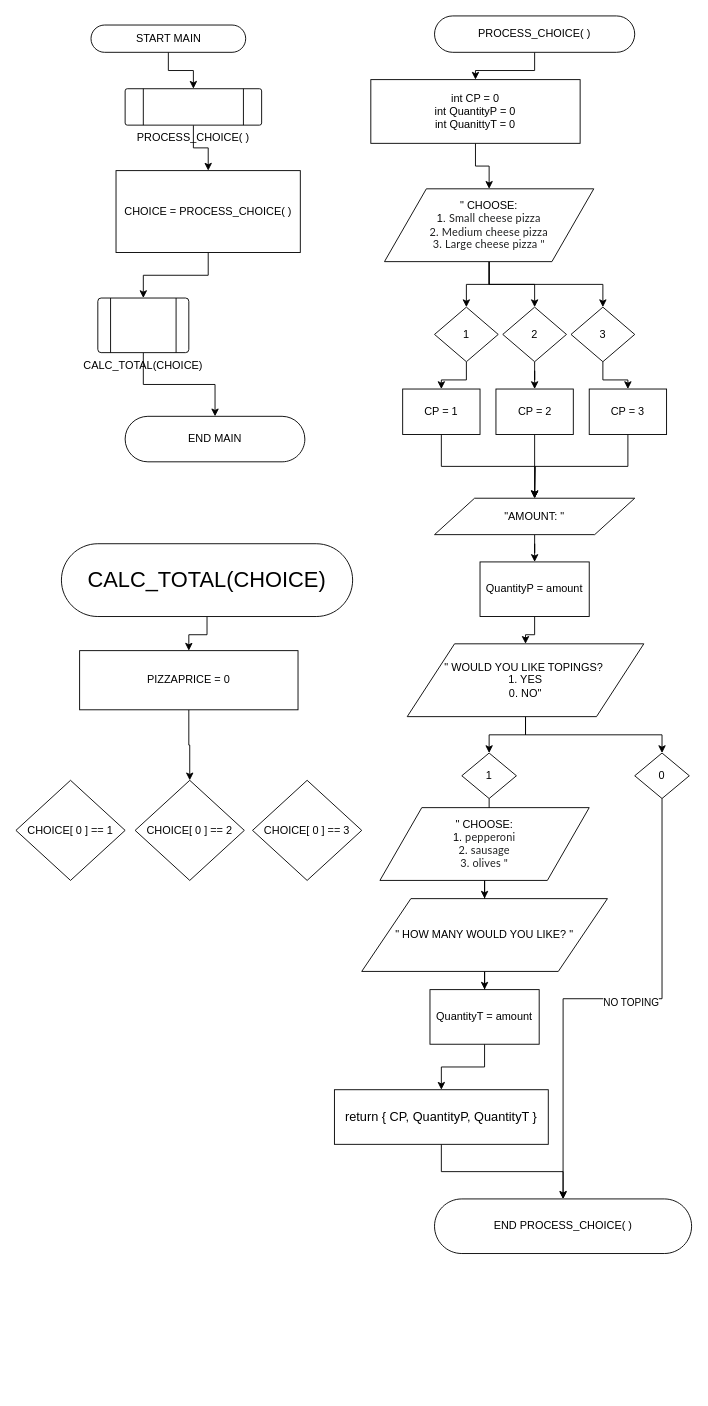
Above: doc/Week 5 Assignment.drawio in RedjaderCode/redjader (draw.io), before the change. Source tidied: cells renumbered, new cells numbered last; positions are measured from the earlier drawing's top-left corner, leaving out a move shared by most shapes. Both pictures are drawn from the tidied source at 91%, with x=0, y=0 at pixel (15, 15).
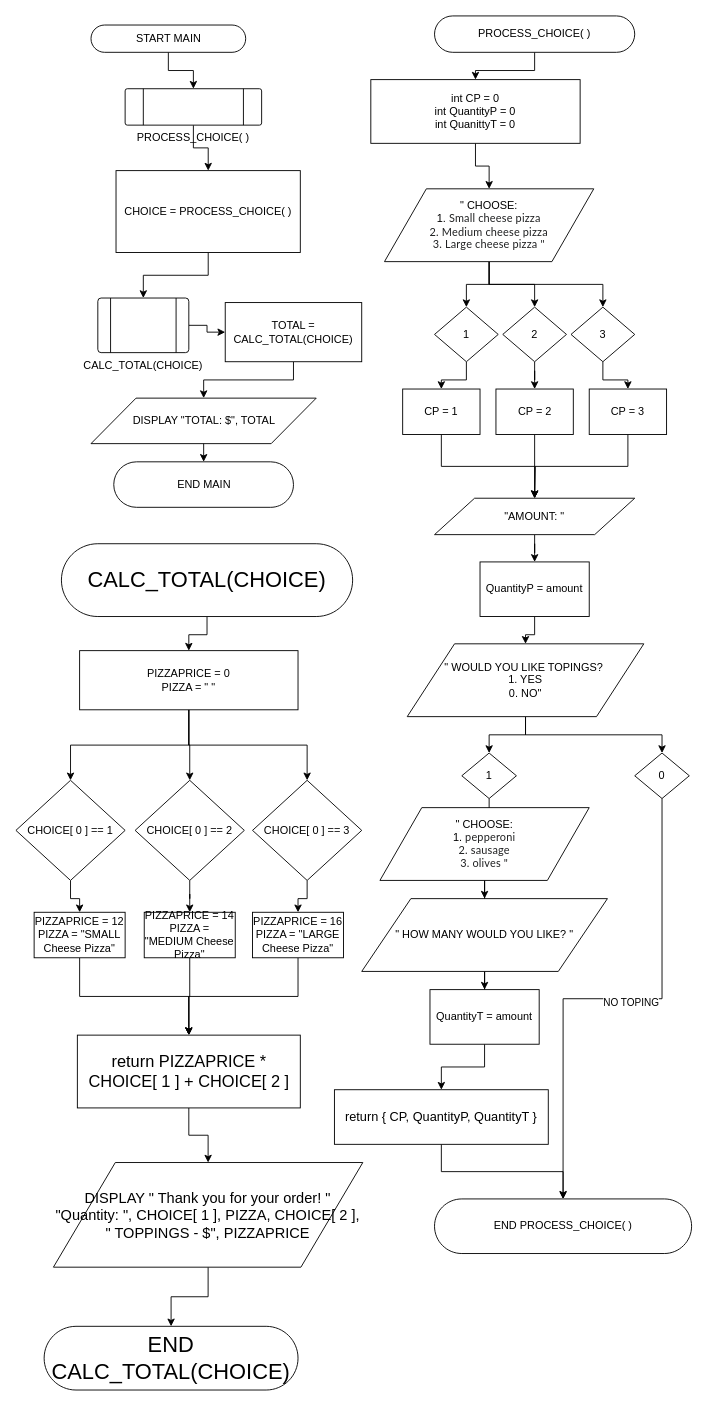
After the change.

The change refers to these unchanged cells:
```xml
<mxCell id="13" value="CALC_TOTAL(CHOICE)" style="verticalLabelPosition=bottom;verticalAlign=top;html=1;shape=process;whiteSpace=wrap;rounded=1;size=0.14;arcSize=6;" parent="1" vertex="1">
  <mxGeometry x="90" y="310" width="100" height="60" as="geometry" />
</mxCell>
<mxCell id="54" value="CHOICE[ 0 ] == 2" style="shape=rhombus;html=1;dashed=0;whiteSpace=wrap;perimeter=rhombusPerimeter;" parent="1" vertex="1">
  <mxGeometry x="131" y="840" width="120" height="110" as="geometry" />
</mxCell>
<mxCell id="57" value="CHOICE[ 0 ] == 1" style="shape=rhombus;html=1;dashed=0;whiteSpace=wrap;perimeter=rhombusPerimeter;" parent="1" vertex="1">
  <mxGeometry y="840" width="120" height="110" as="geometry" />
</mxCell>
<mxCell id="58" value="CHOICE[ 0 ] == 3" style="shape=rhombus;html=1;dashed=0;whiteSpace=wrap;perimeter=rhombusPerimeter;" parent="1" vertex="1">
  <mxGeometry x="260" y="840" width="120" height="110" as="geometry" />
</mxCell>
```

The edit, as a diff of the source:
```diff
@@
-    <mxCell id="12" style="edgeStyle=orthogonalEdgeStyle;rounded=0;jettySize=auto;html=1;" parent="1" edge="1" source="13" target="14">
-      <mxGeometry relative="1" as="geometry" />
-    </mxCell>
+    <mxCell id="59" style="edgeStyle=orthogonalEdgeStyle;rounded=0;jettySize=auto;html=1;" parent="1" edge="1" source="13" target="77">
+      <mxGeometry relative="1" as="geometry" />
+    </mxCell>
@@
     <mxCell id="14" value="END MAIN" style="html=1;dashed=0;whiteSpace=wrap;shape=mxgraph.dfd.start;" parent="1" vertex="1">
-      <mxGeometry x="120" y="440" width="197.5" height="50" as="geometry" />
+      <mxGeometry x="107.5" y="490" width="197.5" height="50" as="geometry" />
     </mxCell>
@@
+    <mxCell id="60" style="edgeStyle=orthogonalEdgeStyle;rounded=0;jettySize=auto;html=1;" parent="1" edge="1" source="54" target="68">
+      <mxGeometry relative="1" as="geometry" />
+    </mxCell>
@@
+    <mxCell id="61" style="edgeStyle=orthogonalEdgeStyle;rounded=0;jettySize=auto;html=1;entryX=0.5;entryY=0;entryDx=0;entryDy=0;" parent="1" edge="1" source="56" target="57">
+      <mxGeometry relative="1" as="geometry" />
+    </mxCell>
+    <mxCell id="62" style="edgeStyle=orthogonalEdgeStyle;rounded=0;jettySize=auto;html=1;" parent="1" edge="1" source="56" target="58">
+      <mxGeometry relative="1" as="geometry" />
+    </mxCell>
-    <mxCell id="56" value="PIZZAPRICE = 0" style="html=1;dashed=0;whiteSpace=wrap;" parent="1" vertex="1">
+    <mxCell id="56" value="PIZZAPRICE = 0&lt;div&gt;PIZZA = &quot; &quot;&lt;/div&gt;" style="html=1;dashed=0;whiteSpace=wrap;" parent="1" vertex="1">
       <mxGeometry x="70" y="697.5" width="240" height="65" as="geometry" />
     </mxCell>
+    <mxCell id="63" style="edgeStyle=orthogonalEdgeStyle;rounded=0;jettySize=auto;html=1;" parent="1" edge="1" source="57" target="66">
+      <mxGeometry relative="1" as="geometry" />
+    </mxCell>
@@
+    <mxCell id="64" style="edgeStyle=orthogonalEdgeStyle;rounded=0;jettySize=auto;html=1;" parent="1" edge="1" source="58" target="70">
+      <mxGeometry relative="1" as="geometry" />
+    </mxCell>
@@
+    <mxCell id="65" style="edgeStyle=orthogonalEdgeStyle;rounded=0;jettySize=auto;html=1;" parent="1" edge="1" source="66" target="72">
+      <mxGeometry relative="1" as="geometry" />
+    </mxCell>
+    <mxCell id="66" value="PIZZAPRICE = 12&lt;div&gt;PIZZA = &quot;SMALL Cheese Pizza&quot;&lt;/div&gt;" style="html=1;dashed=0;whiteSpace=wrap;" parent="1" vertex="1">
+      <mxGeometry x="20" y="985" width="100" height="50" as="geometry" />
+    </mxCell>
+    <mxCell id="67" style="edgeStyle=orthogonalEdgeStyle;rounded=0;jettySize=auto;html=1;" parent="1" edge="1" source="68" target="72">
+      <mxGeometry relative="1" as="geometry" />
+    </mxCell>
+    <mxCell id="68" value="PIZZAPRICE = 14&lt;div&gt;PIZZA = &quot;MEDIUM Cheese Pizza&quot;&lt;br&gt;&lt;/div&gt;" style="html=1;dashed=0;whiteSpace=wrap;" parent="1" vertex="1">
+      <mxGeometry x="141" y="985" width="100" height="50" as="geometry" />
+    </mxCell>
+    <mxCell id="69" style="edgeStyle=orthogonalEdgeStyle;rounded=0;jettySize=auto;html=1;" parent="1" edge="1" source="70" target="72">
+      <mxGeometry relative="1" as="geometry" />
+    </mxCell>
+    <mxCell id="70" value="PIZZAPRICE = 16&lt;div&gt;PIZZA = &quot;LARGE Cheese Pizza&quot;&lt;br&gt;&lt;/div&gt;" style="html=1;dashed=0;whiteSpace=wrap;" parent="1" vertex="1">
+      <mxGeometry x="260" y="985" width="100" height="50" as="geometry" />
+    </mxCell>
+    <mxCell id="71" style="edgeStyle=orthogonalEdgeStyle;rounded=0;jettySize=auto;html=1;" parent="1" edge="1" source="72" target="75">
+      <mxGeometry relative="1" as="geometry" />
+    </mxCell>
+    <mxCell id="72" value="&lt;font style=&quot;font-size: 18px;&quot;&gt;return&amp;nbsp;&lt;/font&gt;&lt;span style=&quot;font-size: 18px; background-color: initial;&quot;&gt;PIZZAPRICE * CHOICE[ 1 ] + CHOICE[ 2 ]&lt;/span&gt;" style="html=1;dashed=0;whiteSpace=wrap;" parent="1" vertex="1">
+      <mxGeometry x="67.5" y="1120" width="245" height="80" as="geometry" />
+    </mxCell>
+    <mxCell id="73" value="&lt;span style=&quot;font-size: 24px;&quot;&gt;END CALC_TOTAL(CHOICE)&lt;/span&gt;" style="html=1;dashed=0;whiteSpace=wrap;shape=mxgraph.dfd.start;" parent="1" vertex="1">
+      <mxGeometry x="31" y="1440" width="279" height="70" as="geometry" />
+    </mxCell>
+    <mxCell id="74" style="edgeStyle=orthogonalEdgeStyle;rounded=0;jettySize=auto;html=1;" parent="1" edge="1" source="75" target="73">
+      <mxGeometry relative="1" as="geometry" />
+    </mxCell>
+    <mxCell id="75" value="&lt;font size=&quot;3&quot;&gt;DISPLAY &quot; Thank you for your order! &quot;&lt;/font&gt;&lt;div&gt;&lt;font size=&quot;3&quot;&gt;&quot;Quantity: &quot;, CHOICE[ 1 ], PIZZA, CHOICE[ 2 ], &quot; TOPPINGS - $&quot;, PIZZAPRICE&lt;/font&gt;&lt;/div&gt;" style="shape=parallelogram;perimeter=parallelogramPerimeter;whiteSpace=wrap;html=1;dashed=0;" parent="1" vertex="1">
+      <mxGeometry x="41.2" y="1260" width="340" height="115" as="geometry" />
+    </mxCell>
+    <mxCell id="76" style="edgeStyle=orthogonalEdgeStyle;rounded=0;jettySize=auto;html=1;" parent="1" edge="1" source="77" target="78">
+      <mxGeometry relative="1" as="geometry" />
+    </mxCell>
+    <mxCell id="77" value="TOTAL = CALC_TOTAL(CHOICE)" style="html=1;dashed=0;whiteSpace=wrap;" parent="1" vertex="1">
+      <mxGeometry x="230" y="315" width="150" height="65" as="geometry" />
+    </mxCell>
+    <mxCell id="78" value="DISPLAY &quot;TOTAL: $&quot;, TOTAL" style="shape=parallelogram;perimeter=parallelogramPerimeter;whiteSpace=wrap;html=1;dashed=0;" parent="1" vertex="1">
+      <mxGeometry x="82.5" y="420" width="247.5" height="50" as="geometry" />
+    </mxCell>
+    <mxCell id="79" style="edgeStyle=orthogonalEdgeStyle;rounded=0;jettySize=auto;html=1;entryX=0.5;entryY=0.5;entryDx=0;entryDy=-25;entryPerimeter=0;" parent="1" edge="1" source="78" target="14">
+      <mxGeometry relative="1" as="geometry" />
+    </mxCell>
```
